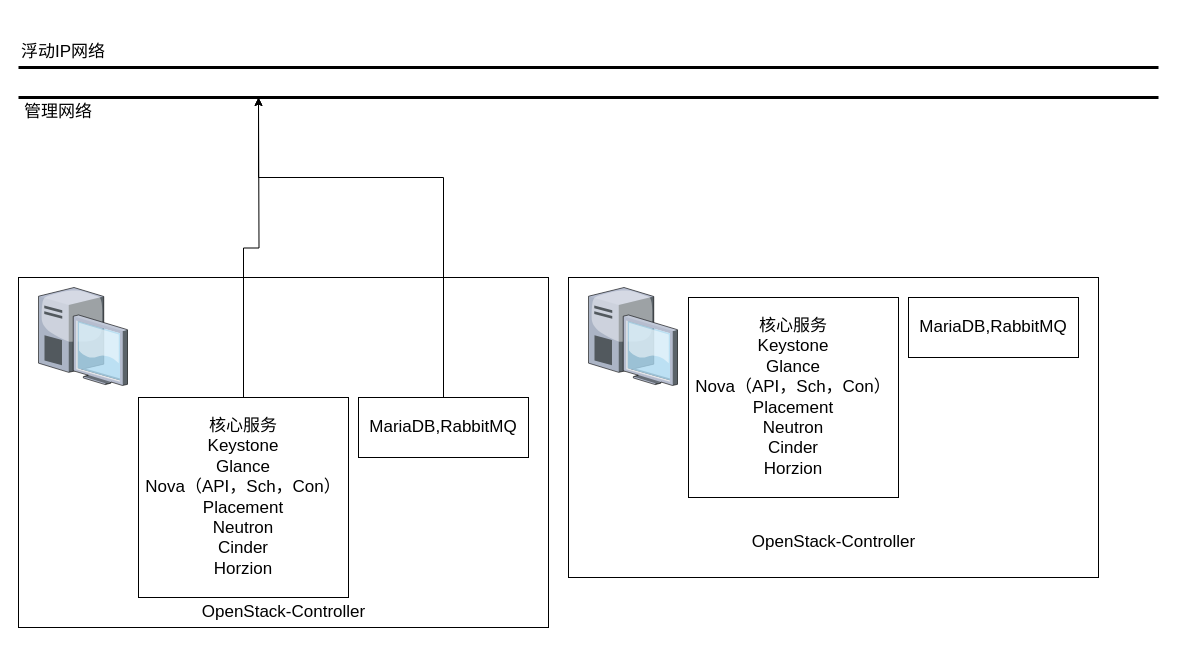
lrAltas/DrwaIO keeps this draw.io diagram as OpenStack部分结构.drawio. Above is the earlier version. Source tidied: cells renumbered, new cells numbered last; positions are measured from the earlier drawing's top-left corner, leaving out a move shared by most shapes. Both pictures are drawn from the tidied source at 100%, with x=0, y=0 at pixel (18, 37).
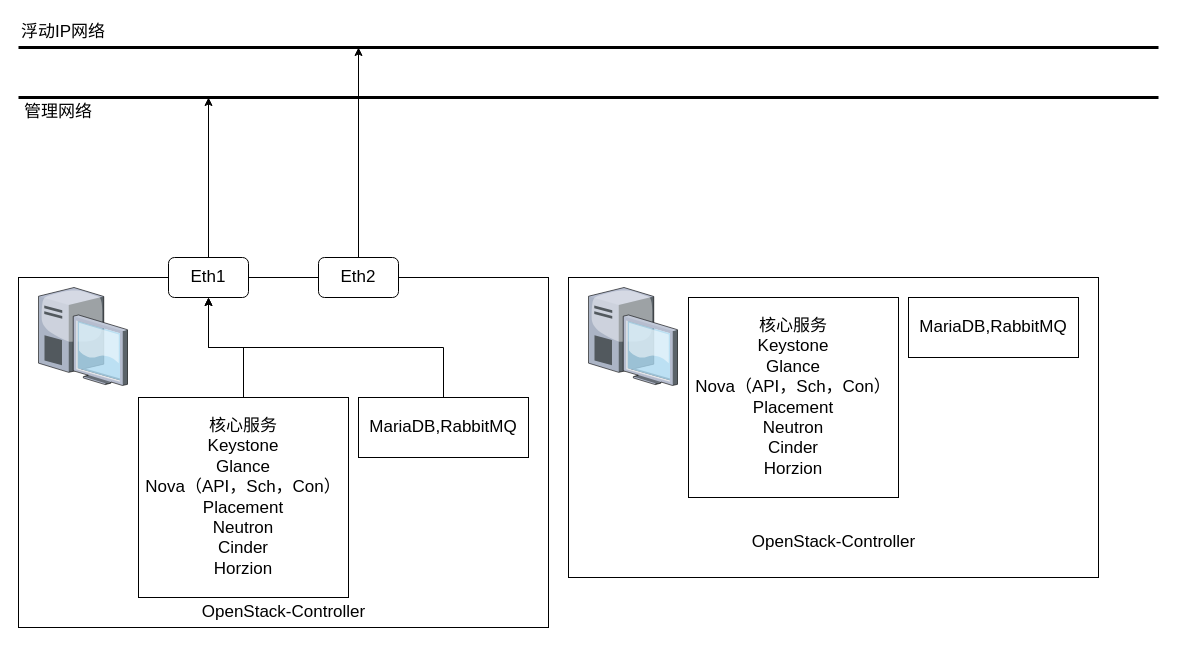
The same diagram, later.

Commit message (it also covers changes not shown here):
更新OpenStack部分结构.drawio

The change refers to these unchanged cells:
```xml
<mxCell id="7" value="&lt;div&gt;核心服务&lt;/div&gt;&lt;div&gt;Keystone&lt;/div&gt;&lt;div&gt;Glance&lt;/div&gt;&lt;div&gt;Nova（API，Sch，Con）&lt;/div&gt;&lt;div&gt;Placement&lt;/div&gt;&lt;div&gt;Neutron&lt;/div&gt;&lt;div&gt;Cinder&lt;/div&gt;&lt;div&gt;Horzion&lt;/div&gt;" style="rounded=0;whiteSpace=wrap;html=1;fontSize=17;" parent="1" vertex="1">
  <mxGeometry x="120" y="360" width="210" height="200" as="geometry" />
</mxCell>
<mxCell id="9" value="MariaDB,RabbitMQ" style="whiteSpace=wrap;html=1;fontSize=17;" parent="1" vertex="1">
  <mxGeometry x="340" y="360" width="170" height="60" as="geometry" />
</mxCell>
```

Change to the diagram source:
```diff
@@
+    <mxCell id="4" style="rounded=0;whiteSpace=wrap;html=1;" parent="1" vertex="1">
+      <mxGeometry y="240" width="530" height="350" as="geometry" />
+    </mxCell>
     <mxCell id="2" style="endArrow=none;html=1;rounded=0;strokeWidth=3;" parent="1" edge="1">
       <mxGeometry relative="1" as="geometry">
-        <mxPoint y="30" as="sourcePoint" />
-        <mxPoint x="1140" y="30" as="targetPoint" />
+        <mxPoint y="10" as="sourcePoint" />
+        <mxPoint x="1140" y="10" as="targetPoint" />
       </mxGeometry>
     </mxCell>
@@
-    <mxCell id="4" style="rounded=0;whiteSpace=wrap;html=1;" parent="1" vertex="1">
-      <mxGeometry y="240" width="530" height="350" as="geometry" />
-    </mxCell>
@@
-    <mxCell id="6" style="edgeStyle=orthogonalEdgeStyle;rounded=0;jettySize=auto;html=1;" parent="1" edge="1" source="7">
-      <mxGeometry relative="1" as="geometry">
-        <mxPoint x="240" y="60" as="targetPoint" />
-      </mxGeometry>
-    </mxCell>
+    <mxCell id="18" style="edgeStyle=orthogonalEdgeStyle;rounded=0;jettySize=auto;html=1;exitX=0.5;exitY=0;exitDx=0;exitDy=0;entryX=0.5;entryY=1;entryDx=0;entryDy=0;" parent="1" edge="1" source="7" target="21">
+      <mxGeometry relative="1" as="geometry" />
+    </mxCell>
@@
-    <mxCell id="8" style="edgeStyle=orthogonalEdgeStyle;rounded=0;jettySize=auto;html=1;" parent="1" edge="1" source="9">
-      <mxGeometry relative="1" as="geometry">
-        <mxPoint x="240" y="60" as="targetPoint" />
-        <Array as="points">
-          <mxPoint x="425" y="140" />
-          <mxPoint x="240" y="140" />
-        </Array>
-      </mxGeometry>
-    </mxCell>
+    <mxCell id="19" style="edgeStyle=orthogonalEdgeStyle;rounded=0;jettySize=auto;html=1;entryX=0.5;entryY=1;entryDx=0;entryDy=0;" parent="1" edge="1" source="9" target="21">
+      <mxGeometry relative="1" as="geometry">
+        <Array as="points">
+          <mxPoint x="425" y="310" />
+          <mxPoint x="190" y="310" />
+        </Array>
+      </mxGeometry>
+    </mxCell>
@@
     <mxCell id="11" value="&lt;font style=&quot;font-size: 17px;&quot;&gt;浮动IP网络&lt;/font&gt;" style="text;html=1;whiteSpace=wrap;strokeColor=none;fillColor=none;align=center;verticalAlign=middle;rounded=0;" parent="1" vertex="1">
-      <mxGeometry width="90" height="30" as="geometry" />
+      <mxGeometry y="-20" width="90" height="30" as="geometry" />
     </mxCell>
@@
+    <mxCell id="20" style="edgeStyle=orthogonalEdgeStyle;rounded=0;jettySize=auto;html=1;" parent="1" edge="1" source="21">
+      <mxGeometry relative="1" as="geometry">
+        <mxPoint x="190" y="60" as="targetPoint" />
+      </mxGeometry>
+    </mxCell>
+    <mxCell id="21" value="&lt;font style=&quot;font-size: 17px;&quot;&gt;Eth1&lt;/font&gt;" style="rounded=1;whiteSpace=wrap;html=1;" parent="1" vertex="1">
+      <mxGeometry x="150" y="220" width="80" height="40" as="geometry" />
+    </mxCell>
+    <mxCell id="22" style="edgeStyle=orthogonalEdgeStyle;rounded=0;jettySize=auto;html=1;" parent="1" edge="1" source="23">
+      <mxGeometry relative="1" as="geometry">
+        <mxPoint x="340" y="10" as="targetPoint" />
+      </mxGeometry>
+    </mxCell>
+    <mxCell id="23" value="&lt;font style=&quot;font-size: 17px;&quot;&gt;Eth2&lt;/font&gt;" style="rounded=1;whiteSpace=wrap;html=1;" parent="1" vertex="1">
+      <mxGeometry x="300" y="220" width="80" height="40" as="geometry" />
+    </mxCell>
```
